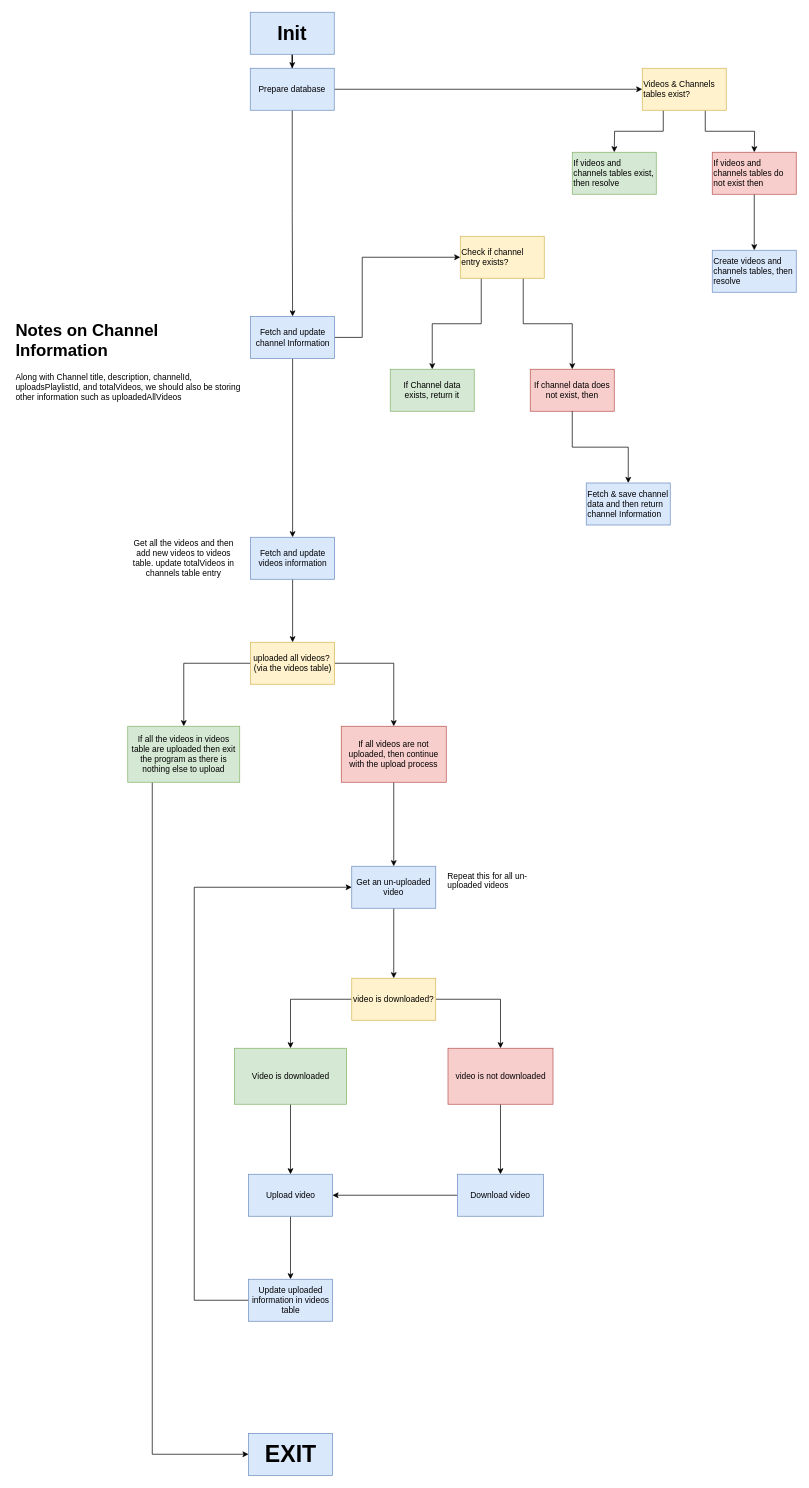
The draw.io diagram program-design.drawio in elevenpassin/yt2pt, before the edit. Source tidied: cells renumbered, new cells numbered last; positions are measured from the earlier drawing's top-left corner, leaving out a move shared by most shapes. Both pictures are drawn from the tidied source at 70%, with x=0, y=0 at pixel (12, 12).
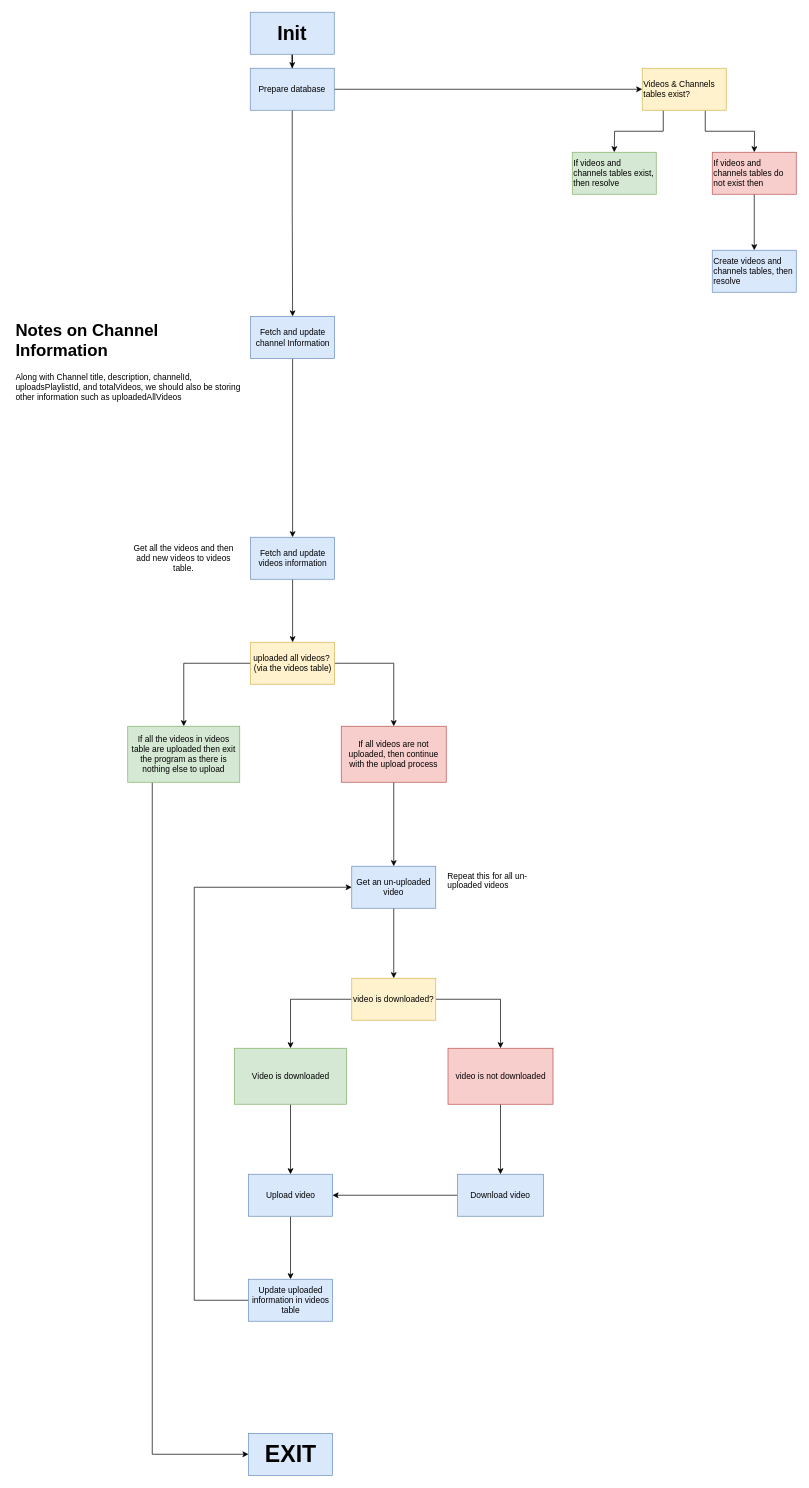
The same diagram, later.

Unchanged cells that the change refers to:
```xml
<mxCell id="23" value="Fetch and update channel Information" style="rounded=0;whiteSpace=wrap;html=1;fillColor=#dae8fc;strokeColor=#6c8ebf;" parent="1" vertex="1">
  <mxGeometry x="340.5" y="434.5" width="120" height="60" as="geometry" />
</mxCell>
```

Change to the diagram source:
```diff
@@
-    <mxCell id="14" style="edgeStyle=orthogonalEdgeStyle;rounded=0;jettySize=auto;html=1;exitX=0.25;exitY=1;exitDx=0;exitDy=0;entryX=0.5;entryY=0;entryDx=0;entryDy=0;" parent="1" edge="1" source="16" target="17">
-      <mxGeometry relative="1" as="geometry" />
-    </mxCell>
-    <mxCell id="15" style="edgeStyle=orthogonalEdgeStyle;rounded=0;jettySize=auto;html=1;exitX=0.75;exitY=1;exitDx=0;exitDy=0;entryX=0.5;entryY=0;entryDx=0;entryDy=0;" parent="1" edge="1" source="16" target="18">
-      <mxGeometry relative="1" as="geometry" />
-    </mxCell>
-    <mxCell id="16" value="Check if channel entry exists?" style="rounded=0;whiteSpace=wrap;html=1;align=left;fillColor=#fff2cc;strokeColor=#d6b656;" parent="1" vertex="1">
-      <mxGeometry x="640" y="320" width="120" height="60" as="geometry" />
-    </mxCell>
-    <mxCell id="17" value="If Channel data exists, return it" style="rounded=0;whiteSpace=wrap;html=1;fillColor=#d5e8d4;strokeColor=#82b366;" parent="1" vertex="1">
-      <mxGeometry x="540" y="510" width="120" height="60" as="geometry" />
-    </mxCell>
-    <mxCell id="18" value="If channel data does not exist, then" style="rounded=0;whiteSpace=wrap;html=1;fillColor=#f8cecc;strokeColor=#b85450;" parent="1" vertex="1">
-      <mxGeometry x="740" y="510" width="120" height="60" as="geometry" />
-    </mxCell>
-    <mxCell id="19" style="edgeStyle=orthogonalEdgeStyle;rounded=0;jettySize=auto;html=1;entryX=0.5;entryY=0;entryDx=0;entryDy=0;exitX=0.5;exitY=1;exitDx=0;exitDy=0;" parent="1" edge="1" source="18" target="20">
-      <mxGeometry relative="1" as="geometry" />
-    </mxCell>
-    <mxCell id="20" value="&lt;div&gt;Fetch &amp;amp; save channel data and then return channel Information&lt;/div&gt;" style="rounded=0;whiteSpace=wrap;html=1;align=left;fillColor=#dae8fc;strokeColor=#6c8ebf;" parent="1" vertex="1">
-      <mxGeometry x="820" y="672.5" width="120" height="60" as="geometry" />
-    </mxCell>
-    <mxCell id="21" style="edgeStyle=orthogonalEdgeStyle;rounded=0;jettySize=auto;html=1;" parent="1" edge="1" source="23" target="16">
-      <mxGeometry relative="1" as="geometry">
-        <Array as="points">
-          <mxPoint x="500" y="465" />
-          <mxPoint x="500" y="350" />
-        </Array>
-      </mxGeometry>
-    </mxCell>
@@
-    <mxCell id="51" value="Get all the videos and then add new videos to videos table. update totalVideos in channels table entry" style="text;html=1;strokeColor=none;fillColor=none;align=center;verticalAlign=middle;whiteSpace=wrap;rounded=0;" parent="1" vertex="1">
+    <mxCell id="51" value="Get all the videos and then add new videos to videos table." style="text;html=1;strokeColor=none;fillColor=none;align=center;verticalAlign=middle;whiteSpace=wrap;rounded=0;" parent="1" vertex="1">
       <mxGeometry x="170" y="750" width="150" height="60" as="geometry" />
     </mxCell>
```
